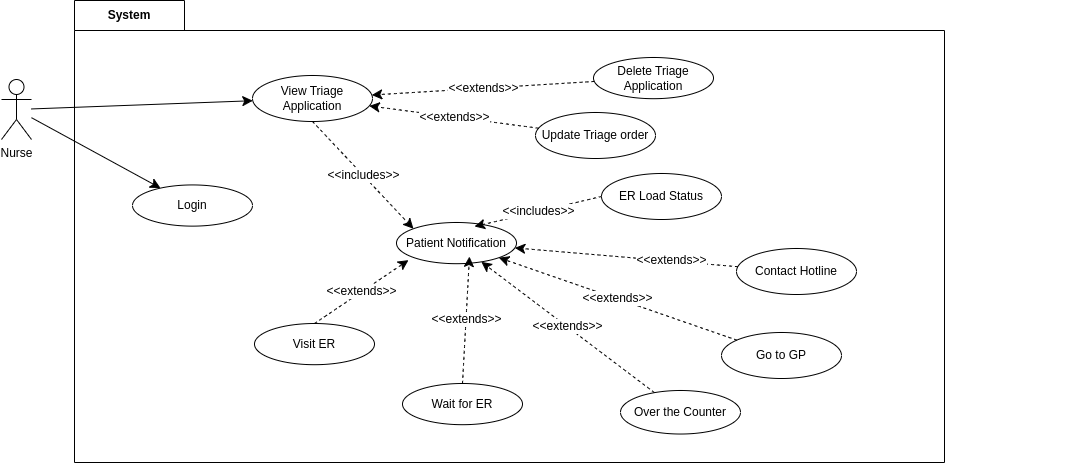
Before: useCaseDiagrams/NurseUseCaseDiagram.drawio.png, a diagram exported from draw.io (SENG-350-2024-fall/Team5). Source tidied: cells renumbered, new cells last; positions are measured from the earlier drawing's top-left corner, leaving out a move shared by most shapes.
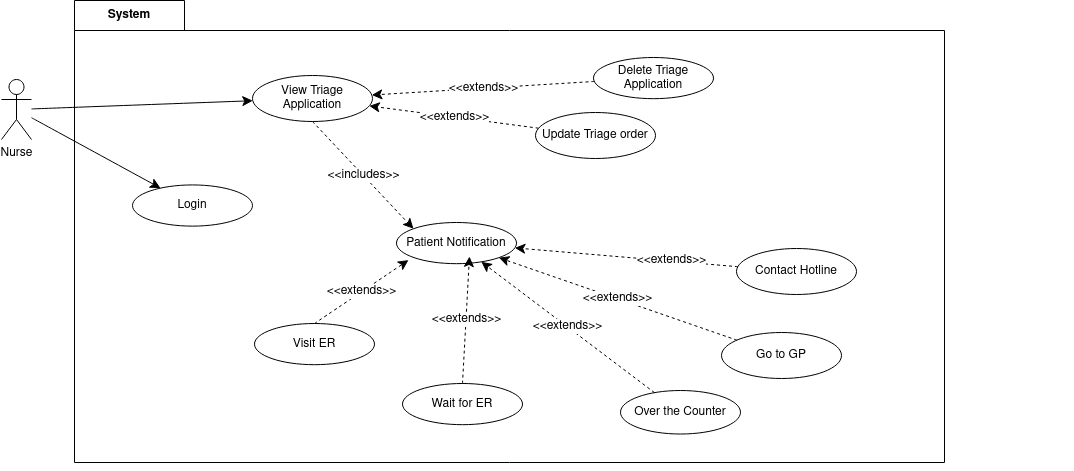
The same diagram one commit later.

Change to the diagram source:
```diff
@@ -55,12 +55,6 @@
     <mxCell id="18" value="&amp;lt;&amp;lt;extends&amp;gt;&amp;gt;" style="edgeLabel;html=1;align=center;verticalAlign=middle;fontSize=12;" parent="17" vertex="1">
       <mxGeometry x="-0.4" y="-1" relative="1" as="geometry" />
     </mxCell>
-    <mxCell id="19" value="ER Load Status" style="ellipse;whiteSpace=wrap;html=1;" parent="2" vertex="1">
-      <mxGeometry x="527" y="173" width="120" height="46" as="geometry" />
-    </mxCell>
-    <mxCell id="20" value="&lt;span style=&quot;color: rgb(0, 0, 0); font-family: Helvetica; font-size: 12px; font-style: normal; font-variant-ligatures: normal; font-variant-caps: normal; font-weight: 400; letter-spacing: normal; orphans: 2; text-align: center; text-indent: 0px; text-transform: none; widows: 2; word-spacing: 0px; -webkit-text-stroke-width: 0px; white-space: nowrap; background-color: rgb(255, 255, 255); text-decoration-thickness: initial; text-decoration-style: initial; text-decoration-color: initial; display: inline !important; float: none;&quot;&gt;&amp;lt;&amp;lt;includes&amp;gt;&amp;gt;&lt;/span&gt;" style="edgeStyle=none;curved=1;rounded=0;jettySize=auto;html=1;fontSize=12;startSize=8;endSize=8;dashed=1;exitX=0;exitY=0.5;exitDx=0;exitDy=0;entryX=0.65;entryY=0.097;entryDx=0;entryDy=0;entryPerimeter=0;" parent="2" edge="1" source="19" target="10">
-      <mxGeometry relative="1" as="geometry" />
-    </mxCell>
     <mxCell id="21" style="edgeStyle=none;curved=1;rounded=0;jettySize=auto;html=1;fontSize=12;startSize=8;endSize=8;" parent="1" edge="1" source="23" target="9">
       <mxGeometry relative="1" as="geometry" />
     </mxCell>
```
